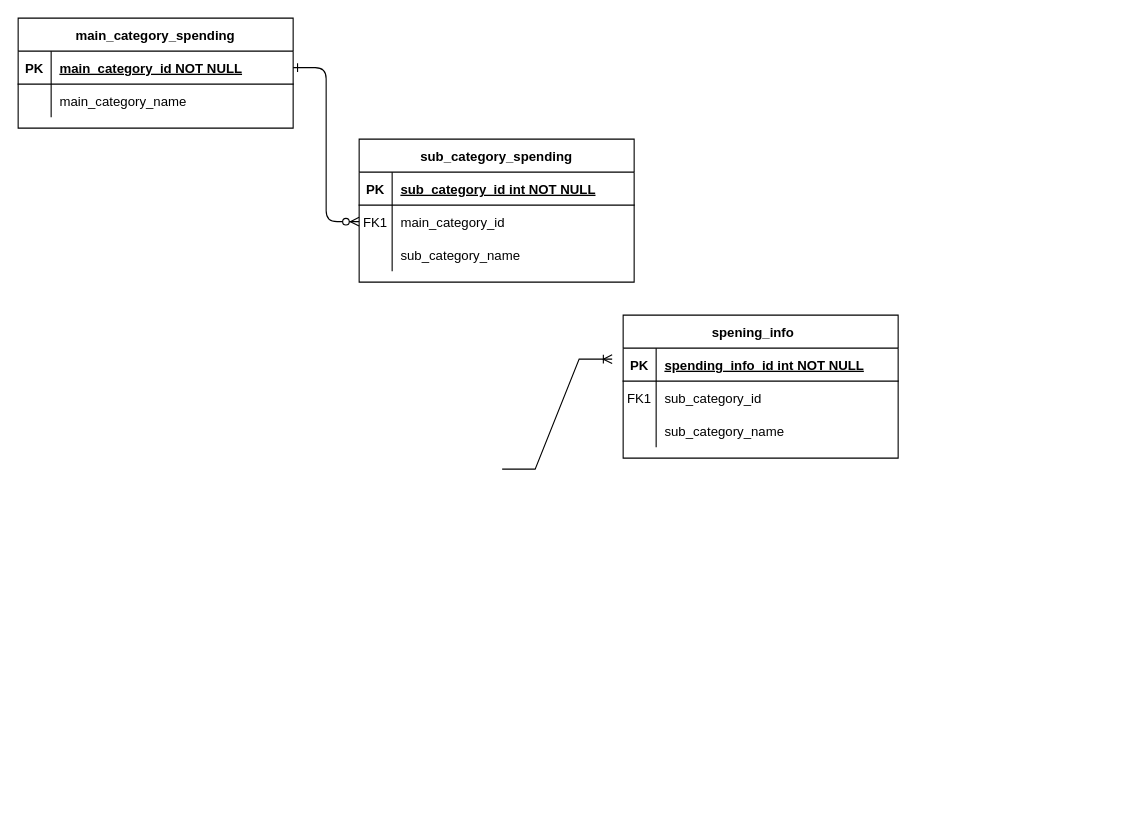
Above: budget_tracking.drawio in eddy-di/budget_tracking (draw.io), before the change. Source tidied: cells renumbered, new cells numbered last; positions are measured from the earlier drawing's top-left corner, leaving out a move shared by most shapes. Both pictures are drawn from the tidied source at 110%, with x=0, y=0 at pixel (18, 18).
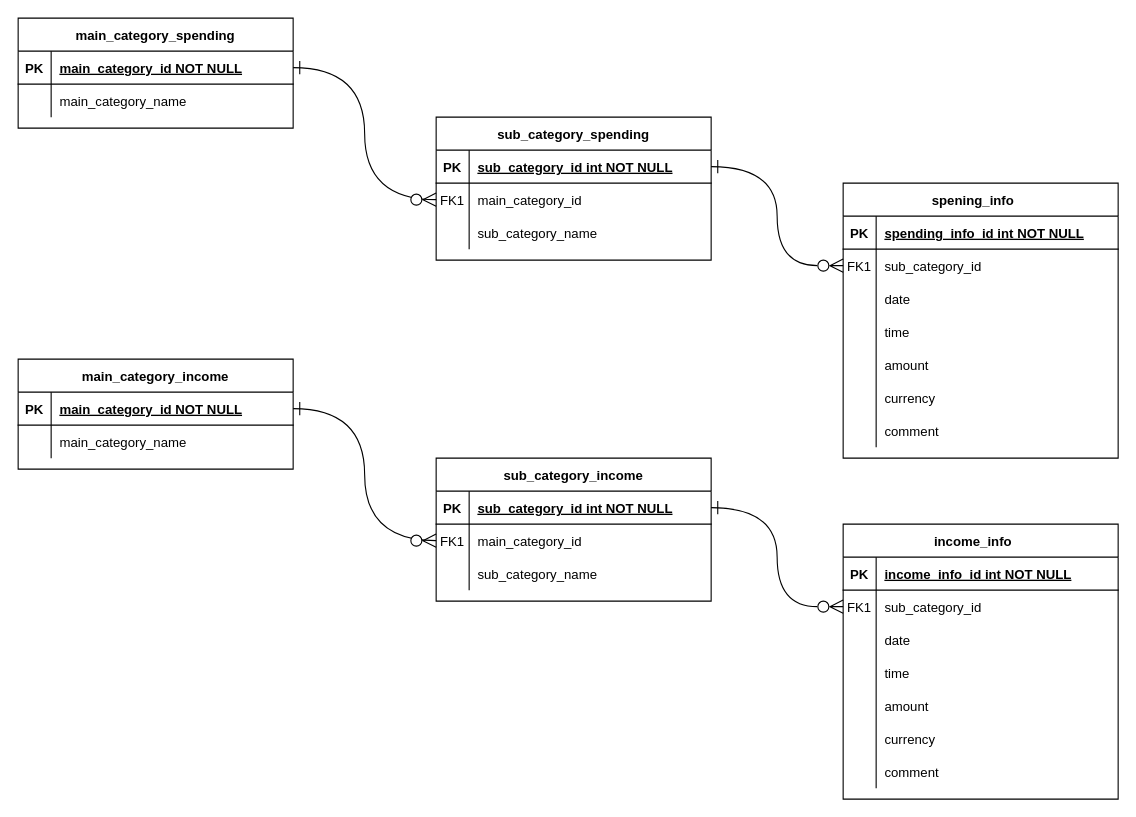
After the change.

The change refers to these unchanged cells:
```xml
<mxCell id="4" style="shape=partialRectangle;fillColor=none;points=[[0,0.5],[1,0.5]];portConstraint=eastwest;top=0;left=0;right=0;bottom=1;" parent="3" vertex="1">
  <mxGeometry y="30" width="250" height="30" as="geometry" />
</mxCell>
<mxCell id="7" style="shape=partialRectangle;fillColor=none;points=[[0,0.5],[1,0.5]];portConstraint=eastwest;top=0;left=0;right=0;bottom=0;" parent="3" vertex="1">
  <mxGeometry y="60" width="250" height="30" as="geometry" />
</mxCell>
<mxCell id="14" style="shape=partialRectangle;fillColor=none;points=[[0,0.5],[1,0.5]];portConstraint=eastwest;top=0;left=0;right=0;bottom=1;" parent="13" vertex="1">
  <mxGeometry y="30" width="250" height="30" as="geometry" />
</mxCell>
<mxCell id="24" style="shape=partialRectangle;fillColor=none;points=[[0,0.5],[1,0.5]];portConstraint=eastwest;top=0;left=0;right=0;bottom=0;" parent="20" vertex="1">
  <mxGeometry y="60" width="250" height="30" as="geometry" />
</mxCell>
<mxCell id="27" style="shape=partialRectangle;fillColor=none;top=0;left=0;right=0;bottom=0;" parent="20" vertex="1">
  <mxGeometry y="90" width="250" height="30" as="geometry" />
</mxCell>
```

The edit, as a diff of the source:
```diff
@@
-    <mxCell id="2" style="edgeStyle=entityRelationEdgeStyle;endArrow=ERzeroToMany;startArrow=ERone;endFill=1;startFill=0;" parent="1" edge="1" source="14" target="7">
+    <mxCell id="2" style="edgeStyle=orthogonalEdgeStyle;endArrow=ERzeroToMany;startArrow=ERone;endFill=1;startFill=0;curved=1;endSize=10;startSize=10;" parent="1" edge="1" source="14" target="7">
       <mxGeometry relative="1" as="geometry" />
     </mxCell>
     <mxCell id="3" value="sub_category_spending" style="shape=table;startSize=30;childLayout=tableLayout;rowLines=0;fontStyle=1;align=center;" parent="1" vertex="1">
-      <mxGeometry x="310" y="110" width="250" height="130" as="geometry" />
+      <mxGeometry x="380" y="90" width="250" height="130" as="geometry" />
     </mxCell>
@@
     <mxCell id="20" value="spening_info    " style="shape=table;startSize=30;childLayout=tableLayout;rowLines=0;fontStyle=1;align=center;" parent="1" vertex="1">
-      <mxGeometry x="550" y="270" width="250" height="130" as="geometry" />
+      <mxGeometry x="750" y="150" width="250" height="250" as="geometry" />
     </mxCell>
@@
-    <mxCell id="29" value="sub_category_name" style="shape=partialRectangle;overflow=hidden;fillColor=none;top=0;left=0;bottom=0;right=0;align=left;spacingLeft=6;" parent="27" vertex="1">
+    <mxCell id="29" value="date" style="shape=partialRectangle;overflow=hidden;fillColor=none;top=0;left=0;bottom=0;right=0;align=left;spacingLeft=6;" parent="27" vertex="1">
       <mxGeometry x="30" width="220" height="30" as="geometry" />
     </mxCell>
+    <mxCell id="31" style="shape=partialRectangle;fillColor=none;top=0;left=0;right=0;bottom=0;" parent="20" vertex="1">
+      <mxGeometry y="120" width="250" height="30" as="geometry" />
+    </mxCell>
+    <mxCell id="32" style="shape=partialRectangle;overflow=hidden;fillColor=none;top=0;left=0;bottom=0;right=0;" parent="31" vertex="1">
+      <mxGeometry width="30" height="30" as="geometry" />
+    </mxCell>
+    <mxCell id="33" value="time" style="shape=partialRectangle;overflow=hidden;fillColor=none;top=0;left=0;bottom=0;right=0;align=left;spacingLeft=6;" parent="31" vertex="1">
+      <mxGeometry x="30" width="220" height="30" as="geometry" />
+    </mxCell>
+    <mxCell id="34" style="shape=partialRectangle;fillColor=none;top=0;left=0;right=0;bottom=0;" parent="20" vertex="1">
+      <mxGeometry y="150" width="250" height="30" as="geometry" />
+    </mxCell>
+    <mxCell id="35" style="shape=partialRectangle;overflow=hidden;fillColor=none;top=0;left=0;bottom=0;right=0;" parent="34" vertex="1">
+      <mxGeometry width="30" height="30" as="geometry" />
+    </mxCell>
+    <mxCell id="36" value="amount" style="shape=partialRectangle;overflow=hidden;fillColor=none;top=0;left=0;bottom=0;right=0;align=left;spacingLeft=6;" parent="34" vertex="1">
+      <mxGeometry x="30" width="220" height="30" as="geometry" />
+    </mxCell>
+    <mxCell id="37" style="shape=partialRectangle;fillColor=none;top=0;left=0;right=0;bottom=0;" parent="20" vertex="1">
+      <mxGeometry y="180" width="250" height="30" as="geometry" />
+    </mxCell>
+    <mxCell id="38" style="shape=partialRectangle;overflow=hidden;fillColor=none;top=0;left=0;bottom=0;right=0;" parent="37" vertex="1">
+      <mxGeometry width="30" height="30" as="geometry" />
+    </mxCell>
+    <mxCell id="39" value="currency" style="shape=partialRectangle;overflow=hidden;fillColor=none;top=0;left=0;bottom=0;right=0;align=left;spacingLeft=6;" parent="37" vertex="1">
+      <mxGeometry x="30" width="220" height="30" as="geometry" />
+    </mxCell>
+    <mxCell id="40" style="shape=partialRectangle;fillColor=none;top=0;left=0;right=0;bottom=0;" parent="20" vertex="1">
+      <mxGeometry y="210" width="250" height="30" as="geometry" />
+    </mxCell>
+    <mxCell id="41" style="shape=partialRectangle;overflow=hidden;fillColor=none;top=0;left=0;bottom=0;right=0;" parent="40" vertex="1">
+      <mxGeometry width="30" height="30" as="geometry" />
+    </mxCell>
+    <mxCell id="42" value="comment" style="shape=partialRectangle;overflow=hidden;fillColor=none;top=0;left=0;bottom=0;right=0;align=left;spacingLeft=6;" parent="40" vertex="1">
+      <mxGeometry x="30" width="220" height="30" as="geometry" />
+    </mxCell>
-    <mxCell id="30" style="edgeStyle=entityRelationEdgeStyle;fontSize=12;html=1;endArrow=ERoneToMany;rounded=0;" parent="1" edge="1">
-      <mxGeometry relative="1" as="geometry">
-        <mxPoint x="440" y="410" as="sourcePoint" />
-        <mxPoint x="540" y="310" as="targetPoint" />
-      </mxGeometry>
+    <mxCell id="30" style="edgeStyle=orthogonalEdgeStyle;fontSize=12;html=1;endArrow=ERzeroToMany;rounded=0;curved=1;startArrow=ERone;startFill=0;endSize=10;startSize=10;endFill=0;" parent="1" edge="1" source="4" target="24">
+      <mxGeometry relative="1" as="geometry" />
     </mxCell>
+    <mxCell id="43" style="edgeStyle=orthogonalEdgeStyle;endArrow=ERzeroToMany;startArrow=ERone;endFill=1;startFill=0;curved=1;endSize=10;startSize=10;" parent="1" edge="1" source="55" target="48">
+      <mxGeometry relative="1" as="geometry" />
+    </mxCell>
+    <mxCell id="44" value="sub_category_income" style="shape=table;startSize=30;childLayout=tableLayout;rowLines=0;fontStyle=1;align=center;" parent="1" vertex="1">
+      <mxGeometry x="380" y="400" width="250" height="130" as="geometry" />
+    </mxCell>
+    <mxCell id="45" style="shape=partialRectangle;fillColor=none;points=[[0,0.5],[1,0.5]];portConstraint=eastwest;top=0;left=0;right=0;bottom=1;" parent="44" vertex="1">
+      <mxGeometry y="30" width="250" height="30" as="geometry" />
+    </mxCell>
+    <mxCell id="46" value="PK" style="shape=partialRectangle;overflow=hidden;fillColor=none;top=0;left=0;bottom=0;right=0;fontStyle=1;" parent="45" vertex="1">
+      <mxGeometry width="30" height="30" as="geometry" />
+    </mxCell>
+    <mxCell id="47" value="sub_category_id int NOT NULL " style="shape=partialRectangle;overflow=hidden;fillColor=none;top=0;left=0;bottom=0;right=0;align=left;spacingLeft=6;fontStyle=5;" parent="45" vertex="1">
+      <mxGeometry x="30" width="220" height="30" as="geometry" />
+    </mxCell>
+    <mxCell id="48" style="shape=partialRectangle;fillColor=none;points=[[0,0.5],[1,0.5]];portConstraint=eastwest;top=0;left=0;right=0;bottom=0;" parent="44" vertex="1">
+      <mxGeometry y="60" width="250" height="30" as="geometry" />
+    </mxCell>
+    <mxCell id="49" value="FK1" style="shape=partialRectangle;overflow=hidden;fillColor=none;top=0;left=0;bottom=0;right=0;" parent="48" vertex="1">
+      <mxGeometry width="30" height="30" as="geometry" />
+    </mxCell>
+    <mxCell id="50" value="main_category_id" style="shape=partialRectangle;overflow=hidden;fillColor=none;top=0;left=0;bottom=0;right=0;align=left;spacingLeft=6;" parent="48" vertex="1">
+      <mxGeometry x="30" width="220" height="30" as="geometry" />
+    </mxCell>
+    <mxCell id="51" style="shape=partialRectangle;fillColor=none;top=0;left=0;right=0;bottom=0;" parent="44" vertex="1">
+      <mxGeometry y="90" width="250" height="30" as="geometry" />
+    </mxCell>
+    <mxCell id="52" style="shape=partialRectangle;overflow=hidden;fillColor=none;top=0;left=0;bottom=0;right=0;" parent="51" vertex="1">
+      <mxGeometry width="30" height="30" as="geometry" />
+    </mxCell>
+    <mxCell id="53" value="sub_category_name" style="shape=partialRectangle;overflow=hidden;fillColor=none;top=0;left=0;bottom=0;right=0;align=left;spacingLeft=6;" parent="51" vertex="1">
+      <mxGeometry x="30" width="220" height="30" as="geometry" />
+    </mxCell>
+    <mxCell id="54" value="main_category_income" style="shape=table;startSize=30;childLayout=tableLayout;rowLines=0;fontStyle=1;align=center;" parent="1" vertex="1">
+      <mxGeometry y="310" width="250" height="100" as="geometry" />
+    </mxCell>
+    <mxCell id="55" style="shape=partialRectangle;fillColor=none;points=[[0,0.5],[1,0.5]];portConstraint=eastwest;top=0;left=0;right=0;bottom=1;" parent="54" vertex="1">
+      <mxGeometry y="30" width="250" height="30" as="geometry" />
+    </mxCell>
+    <mxCell id="56" value="PK" style="shape=partialRectangle;overflow=hidden;fillColor=none;top=0;left=0;bottom=0;right=0;fontStyle=1;" parent="55" vertex="1">
+      <mxGeometry width="30" height="30" as="geometry" />
+    </mxCell>
+    <mxCell id="57" value="main_category_id NOT NULL" style="shape=partialRectangle;overflow=hidden;fillColor=none;top=0;left=0;bottom=0;right=0;align=left;spacingLeft=6;fontStyle=5;" parent="55" vertex="1">
+      <mxGeometry x="30" width="220" height="30" as="geometry" />
+    </mxCell>
+    <mxCell id="58" style="shape=partialRectangle;fillColor=none;top=0;left=0;right=0;bottom=0;" parent="54" vertex="1">
+      <mxGeometry y="60" width="250" height="30" as="geometry" />
+    </mxCell>
+    <mxCell id="59" style="shape=partialRectangle;overflow=hidden;fillColor=none;top=0;left=0;bottom=0;right=0;" parent="58" vertex="1">
+      <mxGeometry width="30" height="30" as="geometry" />
+    </mxCell>
+    <mxCell id="60" value="main_category_name" style="shape=partialRectangle;overflow=hidden;fillColor=none;top=0;left=0;bottom=0;right=0;align=left;spacingLeft=6;" parent="58" vertex="1">
+      <mxGeometry x="30" width="220" height="30" as="geometry" />
+    </mxCell>
+    <mxCell id="61" value="income_info    " style="shape=table;startSize=30;childLayout=tableLayout;rowLines=0;fontStyle=1;align=center;" parent="1" vertex="1">
+      <mxGeometry x="750" y="460" width="250" height="250" as="geometry" />
+    </mxCell>
+    <mxCell id="62" style="shape=partialRectangle;fillColor=none;top=0;left=0;right=0;bottom=1;" parent="61" vertex="1">
+      <mxGeometry y="30" width="250" height="30" as="geometry" />
+    </mxCell>
+    <mxCell id="63" value="PK" style="shape=partialRectangle;overflow=hidden;fillColor=none;top=0;left=0;bottom=0;right=0;fontStyle=1;" parent="62" vertex="1">
+      <mxGeometry width="30" height="30" as="geometry" />
+    </mxCell>
+    <mxCell id="64" value="income_info_id int NOT NULL " style="shape=partialRectangle;overflow=hidden;fillColor=none;top=0;left=0;bottom=0;right=0;align=left;spacingLeft=6;fontStyle=5;" parent="62" vertex="1">
+      <mxGeometry x="30" width="220" height="30" as="geometry" />
+    </mxCell>
+    <mxCell id="65" style="shape=partialRectangle;fillColor=none;points=[[0,0.5],[1,0.5]];portConstraint=eastwest;top=0;left=0;right=0;bottom=0;" parent="61" vertex="1">
+      <mxGeometry y="60" width="250" height="30" as="geometry" />
+    </mxCell>
+    <mxCell id="66" value="FK1" style="shape=partialRectangle;overflow=hidden;fillColor=none;top=0;left=0;bottom=0;right=0;" parent="65" vertex="1">
+      <mxGeometry width="30" height="30" as="geometry" />
+    </mxCell>
+    <mxCell id="67" value="sub_category_id" style="shape=partialRectangle;overflow=hidden;fillColor=none;top=0;left=0;bottom=0;right=0;align=left;spacingLeft=6;" parent="65" vertex="1">
+      <mxGeometry x="30" width="220" height="30" as="geometry" />
+    </mxCell>
+    <mxCell id="68" style="shape=partialRectangle;fillColor=none;top=0;left=0;right=0;bottom=0;" parent="61" vertex="1">
+      <mxGeometry y="90" width="250" height="30" as="geometry" />
+    </mxCell>
+    <mxCell id="69" style="shape=partialRectangle;overflow=hidden;fillColor=none;top=0;left=0;bottom=0;right=0;" parent="68" vertex="1">
+      <mxGeometry width="30" height="30" as="geometry" />
+    </mxCell>
+    <mxCell id="70" value="date" style="shape=partialRectangle;overflow=hidden;fillColor=none;top=0;left=0;bottom=0;right=0;align=left;spacingLeft=6;" parent="68" vertex="1">
+      <mxGeometry x="30" width="220" height="30" as="geometry" />
+    </mxCell>
+    <mxCell id="71" style="shape=partialRectangle;fillColor=none;top=0;left=0;right=0;bottom=0;" parent="61" vertex="1">
+      <mxGeometry y="120" width="250" height="30" as="geometry" />
+    </mxCell>
+    <mxCell id="72" style="shape=partialRectangle;overflow=hidden;fillColor=none;top=0;left=0;bottom=0;right=0;" parent="71" vertex="1">
+      <mxGeometry width="30" height="30" as="geometry" />
+    </mxCell>
+    <mxCell id="73" value="time" style="shape=partialRectangle;overflow=hidden;fillColor=none;top=0;left=0;bottom=0;right=0;align=left;spacingLeft=6;" parent="71" vertex="1">
+      <mxGeometry x="30" width="220" height="30" as="geometry" />
+    </mxCell>
+    <mxCell id="74" style="shape=partialRectangle;fillColor=none;top=0;left=0;right=0;bottom=0;" parent="61" vertex="1">
+      <mxGeometry y="150" width="250" height="30" as="geometry" />
+    </mxCell>
+    <mxCell id="75" style="shape=partialRectangle;overflow=hidden;fillColor=none;top=0;left=0;bottom=0;right=0;" parent="74" vertex="1">
+      <mxGeometry width="30" height="30" as="geometry" />
+    </mxCell>
+    <mxCell id="76" value="amount" style="shape=partialRectangle;overflow=hidden;fillColor=none;top=0;left=0;bottom=0;right=0;align=left;spacingLeft=6;" parent="74" vertex="1">
+      <mxGeometry x="30" width="220" height="30" as="geometry" />
+    </mxCell>
+    <mxCell id="77" style="shape=partialRectangle;fillColor=none;top=0;left=0;right=0;bottom=0;" parent="61" vertex="1">
+      <mxGeometry y="180" width="250" height="30" as="geometry" />
+    </mxCell>
+    <mxCell id="78" style="shape=partialRectangle;overflow=hidden;fillColor=none;top=0;left=0;bottom=0;right=0;" parent="77" vertex="1">
+      <mxGeometry width="30" height="30" as="geometry" />
+    </mxCell>
+    <mxCell id="79" value="currency" style="shape=partialRectangle;overflow=hidden;fillColor=none;top=0;left=0;bottom=0;right=0;align=left;spacingLeft=6;" parent="77" vertex="1">
+      <mxGeometry x="30" width="220" height="30" as="geometry" />
+    </mxCell>
+    <mxCell id="80" style="shape=partialRectangle;fillColor=none;top=0;left=0;right=0;bottom=0;" parent="61" vertex="1">
+      <mxGeometry y="210" width="250" height="30" as="geometry" />
+    </mxCell>
+    <mxCell id="81" style="shape=partialRectangle;overflow=hidden;fillColor=none;top=0;left=0;bottom=0;right=0;" parent="80" vertex="1">
+      <mxGeometry width="30" height="30" as="geometry" />
+    </mxCell>
+    <mxCell id="82" value="comment" style="shape=partialRectangle;overflow=hidden;fillColor=none;top=0;left=0;bottom=0;right=0;align=left;spacingLeft=6;" parent="80" vertex="1">
+      <mxGeometry x="30" width="220" height="30" as="geometry" />
+    </mxCell>
+    <mxCell id="83" style="edgeStyle=orthogonalEdgeStyle;fontSize=12;html=1;endArrow=ERzeroToMany;rounded=0;curved=1;startArrow=ERone;startFill=0;endSize=10;startSize=10;endFill=0;" parent="1" edge="1" source="45" target="65">
+      <mxGeometry relative="1" as="geometry" />
+    </mxCell>
```
